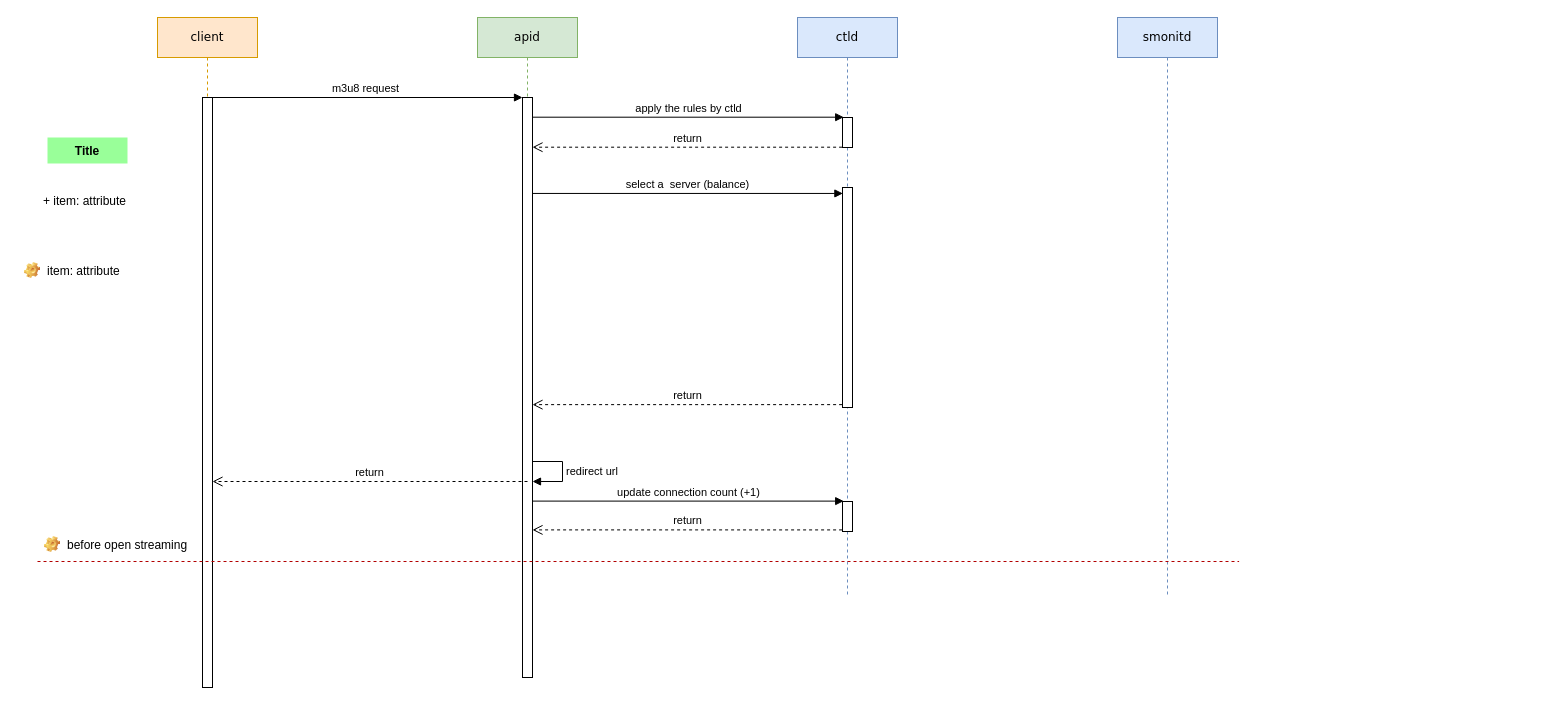
Above: media-core/apid.drawio in explorer2036/charts (draw.io), before the change. Source tidied: cells renumbered, new cells numbered last; positions are measured from the earlier drawing's top-left corner, leaving out a move shared by most shapes. Both pictures are drawn from the tidied source at 100%, with x=0, y=0 at pixel (17, 17).
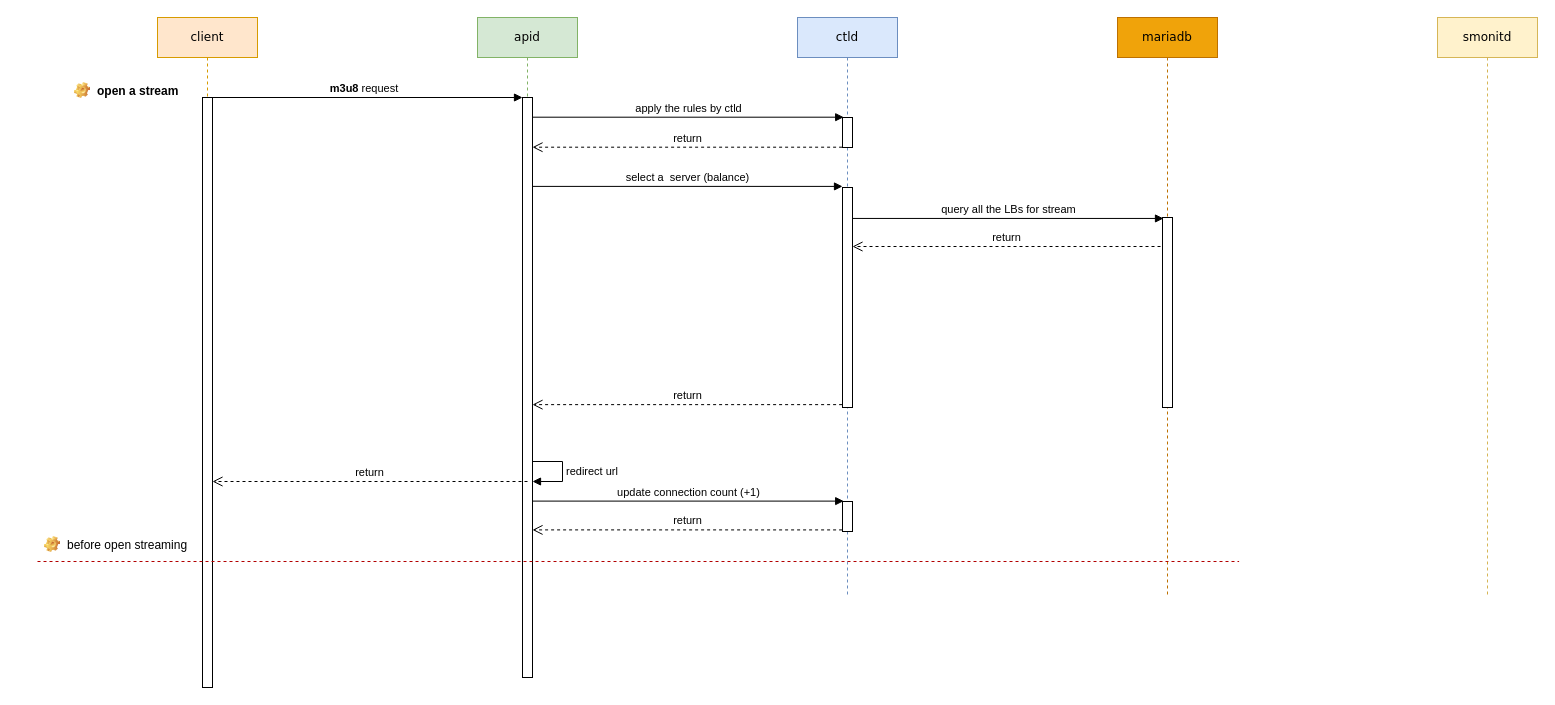
The same page after the edit.

The change refers to these unchanged cells:
```xml
<mxCell id="3" style="html=1;points=[];perimeter=orthogonalPerimeter;rounded=0;shadow=0;glass=0;sketch=0;strokeColor=default;" parent="2" vertex="1">
  <mxGeometry x="45" y="80" width="10" height="580" as="geometry" />
</mxCell>
<mxCell id="7" style="html=1;points=[];perimeter=orthogonalPerimeter;rounded=0;shadow=0;glass=0;sketch=0;strokeColor=default;" parent="5" vertex="1">
  <mxGeometry x="45" y="170" width="10" height="220" as="geometry" />
</mxCell>
<mxCell id="9" value="client" style="shape=umlLifeline;perimeter=lifelinePerimeter;whiteSpace=wrap;html=1;outlineConnect=0;rounded=0;shadow=0;comic=0;labelBackgroundColor=none;strokeWidth=1;fontFamily=Verdana;fontSize=12;align=center;fillColor=#ffe6cc;strokeColor=#d79b00;" parent="1" vertex="1">
  <mxGeometry x="140" width="100" height="670" as="geometry" />
</mxCell>
```

Change to the diagram source:
```diff
@@
-    <mxCell id="11" value="smonitd" style="shape=umlLifeline;perimeter=lifelinePerimeter;whiteSpace=wrap;html=1;rounded=0;shadow=0;comic=0;labelBackgroundColor=none;strokeWidth=1;fontFamily=Verdana;fontSize=12;align=center;fillColor=#dae8fc;strokeColor=#6c8ebf;glass=0;" parent="1" vertex="1">
+    <mxCell id="11" value="mariadb" style="shape=umlLifeline;perimeter=lifelinePerimeter;whiteSpace=wrap;html=1;rounded=0;shadow=0;comic=0;labelBackgroundColor=none;strokeWidth=1;fontFamily=Verdana;fontSize=12;align=center;fillColor=#f0a30a;strokeColor=#BD7000;glass=0;fontColor=#000000;" parent="1" vertex="1">
       <mxGeometry x="1100" width="100" height="580" as="geometry" />
     </mxCell>
+    <mxCell id="25" style="html=1;points=[];perimeter=orthogonalPerimeter;rounded=0;shadow=0;glass=0;sketch=0;strokeColor=default;" parent="11" vertex="1">
+      <mxGeometry x="45" y="200" width="10" height="190" as="geometry" />
+    </mxCell>
-    <mxCell id="12" value="m3u8 request" style="html=1;verticalAlign=bottom;endArrow=block;entryX=0;entryY=0;rounded=0;" parent="1" edge="1" source="9" target="3">
+    <mxCell id="12" value="&lt;b&gt;m3u8 &lt;/b&gt;request&amp;nbsp;" style="html=1;verticalAlign=bottom;endArrow=block;entryX=0;entryY=0;rounded=0;" parent="1" edge="1" source="9" target="3">
       <mxGeometry relative="1" as="geometry" />
     </mxCell>
@@
-    <mxCell id="16" value="select a&amp;nbsp; server (balance)" style="html=1;verticalAlign=bottom;endArrow=block;rounded=0;entryX=0.04;entryY=0.027;entryDx=0;entryDy=0;entryPerimeter=0;" parent="1" edge="1" source="3" target="7">
+    <mxCell id="16" value="select a&amp;nbsp; server (balance)" style="html=1;verticalAlign=bottom;endArrow=block;rounded=0;entryX=0;entryY=-0.005;entryDx=0;entryDy=0;entryPerimeter=0;" parent="1" edge="1" source="3" target="7">
       <mxGeometry relative="1" as="geometry" />
     </mxCell>
@@
-    <mxCell id="22" value="Title" style="text;align=center;fontStyle=1;verticalAlign=middle;spacingLeft=3;spacingRight=3;strokeColor=none;rounded=0;shadow=0;glass=0;sketch=0;fillColor=#99FF99;" parent="1" vertex="1">
-      <mxGeometry x="30" y="120" width="80" height="26" as="geometry" />
-    </mxCell>
-    <mxCell id="23" value="+ item: attribute" style="text;strokeColor=none;fillColor=none;align=left;verticalAlign=top;spacingLeft=4;spacingRight=4;overflow=hidden;rounded=0;shadow=0;glass=0;sketch=0;" parent="1" vertex="1">
-      <mxGeometry x="20" y="170" width="100" height="26" as="geometry" />
-    </mxCell>
-    <mxCell id="24" value="item: attribute" style="label;fontStyle=0;strokeColor=none;fillColor=none;align=left;verticalAlign=top;overflow=hidden;spacingLeft=28;spacingRight=4;imageWidth=16;imageHeight=16;image=img/clipart/Gear_128x128.png;rounded=0;shadow=0;glass=0;sketch=0;" parent="1" vertex="1">
-      <mxGeometry y="240" width="120" height="26" as="geometry" />
+    <mxCell id="24" value="open a stream" style="label;fontStyle=1;strokeColor=none;fillColor=none;align=left;verticalAlign=top;overflow=hidden;spacingLeft=28;spacingRight=4;imageWidth=16;imageHeight=16;image=img/clipart/Gear_128x128.png;rounded=0;shadow=0;glass=0;sketch=0;" parent="1" vertex="1">
+      <mxGeometry x="50" y="60" width="120" height="26" as="geometry" />
     </mxCell>
+    <mxCell id="26" value="smonitd" style="shape=umlLifeline;perimeter=lifelinePerimeter;whiteSpace=wrap;html=1;rounded=0;shadow=0;comic=0;labelBackgroundColor=none;strokeWidth=1;fontFamily=Verdana;fontSize=12;align=center;fillColor=#fff2cc;strokeColor=#d6b656;glass=0;" parent="1" vertex="1">
+      <mxGeometry x="1420" width="100" height="580" as="geometry" />
+    </mxCell>
+    <mxCell id="27" value="query all the LBs for stream" style="html=1;verticalAlign=bottom;endArrow=block;rounded=0;entryX=0.1;entryY=0.005;entryDx=0;entryDy=0;entryPerimeter=0;" parent="1" edge="1" source="7" target="25">
+      <mxGeometry relative="1" as="geometry" />
+    </mxCell>
+    <mxCell id="28" value="return" style="html=1;verticalAlign=bottom;endArrow=open;dashed=1;endSize=8;rounded=0;exitX=-0.2;exitY=0.121;exitDx=0;exitDy=0;exitPerimeter=0;" parent="1" edge="1">
+      <mxGeometry relative="1" as="geometry">
+        <mxPoint x="1143" y="229" as="sourcePoint" />
+        <mxPoint x="835" y="229" as="targetPoint" />
+      </mxGeometry>
+    </mxCell>
```
